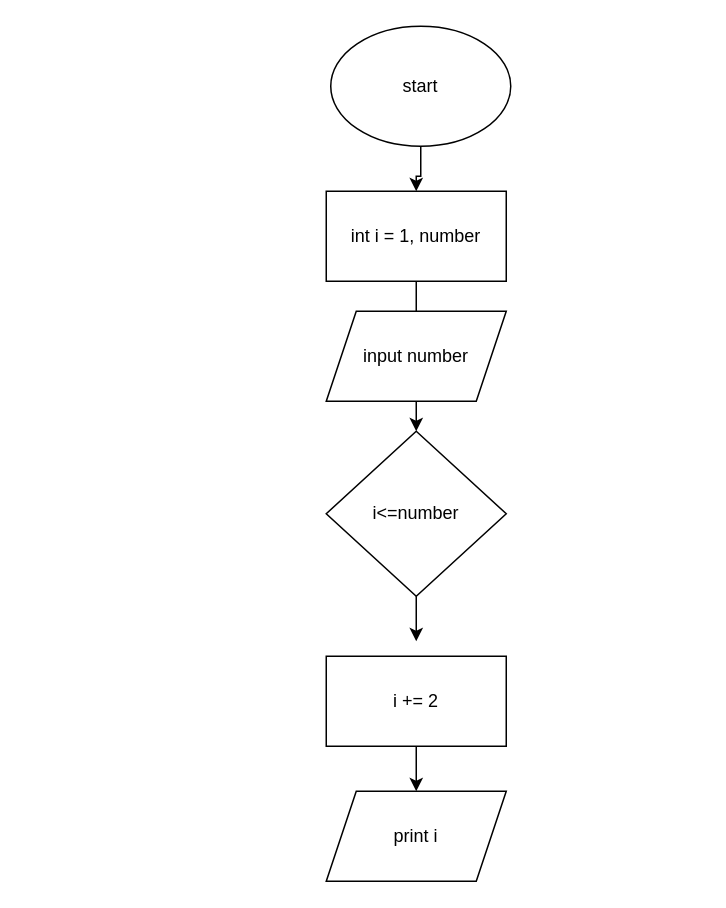
Before: Untitled Diagram.drawio in hafidalim/flowchart_kp, a draw.io diagram. Source tidied: cells renumbered, new cells numbered last; positions are measured from the earlier drawing's top-left corner, leaving out a move shared by most shapes. Both pictures are drawn from the tidied source at 150%, with x=0, y=0 at pixel (326, 26).
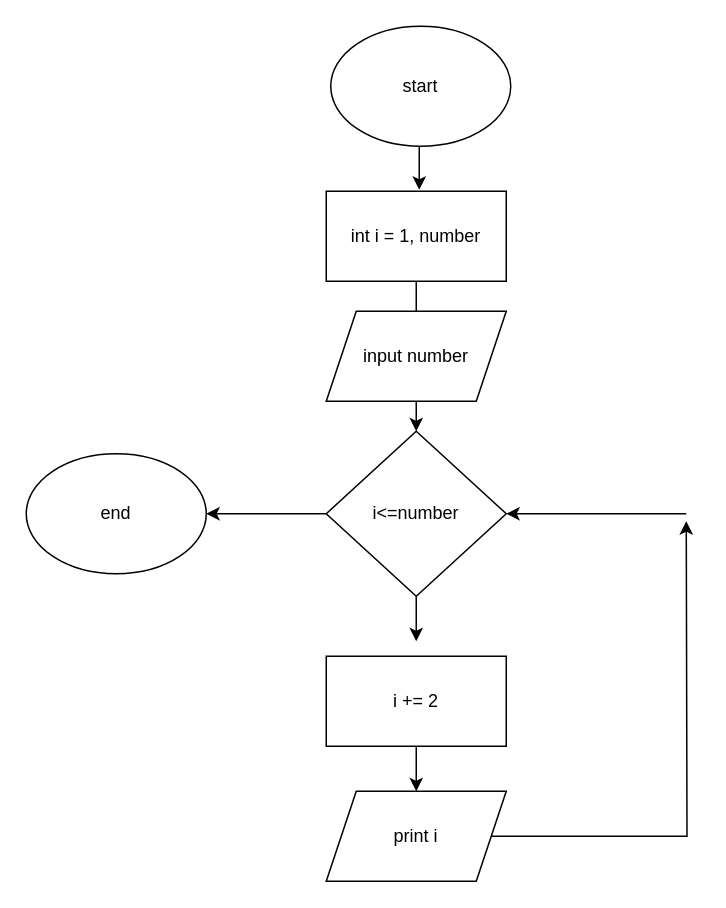
The same page after the edit.

The change refers to these unchanged cells:
```xml
<mxCell id="3" value="start" style="ellipse;whiteSpace=wrap;html=1;" parent="1" vertex="1">
  <mxGeometry x="3" width="120" height="80" as="geometry" />
</mxCell>
<mxCell id="5" value="int i = 1, number" style="rounded=0;whiteSpace=wrap;html=1;" parent="1" vertex="1">
  <mxGeometry y="110" width="120" height="60" as="geometry" />
</mxCell>
<mxCell id="8" value="i&amp;lt;=number" style="rhombus;whiteSpace=wrap;html=1;" parent="1" vertex="1">
  <mxGeometry y="270" width="120" height="110" as="geometry" />
</mxCell>
<mxCell id="11" value="print i" style="shape=parallelogram;perimeter=parallelogramPerimeter;whiteSpace=wrap;html=1;fixedSize=1;rounded=0;" parent="1" vertex="1">
  <mxGeometry y="510" width="120" height="60" as="geometry" />
</mxCell>
```

The edit, as a diff of the source:
```diff
@@
-    <mxCell id="2" style="edgeStyle=orthogonalEdgeStyle;rounded=0;jettySize=auto;html=1;entryX=0.5;entryY=0;entryDx=0;entryDy=0;" parent="1" edge="1" source="3" target="5">
-      <mxGeometry relative="1" as="geometry" />
+    <mxCell id="2" style="edgeStyle=orthogonalEdgeStyle;rounded=0;orthogonalLoop=1;jettySize=auto;html=1;entryX=0.5;entryY=0;entryDx=0;entryDy=0;" parent="1" edge="1">
+      <mxGeometry relative="1" as="geometry">
+        <mxPoint x="65" y="79" as="sourcePoint" />
+        <mxPoint x="62" y="109" as="targetPoint" />
+      </mxGeometry>
     </mxCell>
@@
     <mxCell id="4" style="edgeStyle=orthogonalEdgeStyle;rounded=0;jettySize=auto;html=1;" parent="1" edge="1" source="5" target="8">
-      <mxGeometry relative="1" as="geometry" />
+      <mxGeometry relative="1" as="geometry">
+        <Array as="points">
+          <mxPoint x="60" y="190" />
+          <mxPoint x="60" y="190" />
+        </Array>
+      </mxGeometry>
     </mxCell>
@@
+    <mxCell id="12" style="edgeStyle=orthogonalEdgeStyle;rounded=0;jettySize=auto;html=1;" parent="1" edge="1" source="8" target="15">
+      <mxGeometry relative="1" as="geometry" />
+    </mxCell>
@@
+    <mxCell id="13" style="edgeStyle=orthogonalEdgeStyle;rounded=0;jettySize=auto;html=1;" parent="1" edge="1" source="11">
+      <mxGeometry relative="1" as="geometry">
+        <mxPoint x="240" y="330" as="targetPoint" />
+      </mxGeometry>
+    </mxCell>
@@
+    <mxCell id="14" style="endArrow=classic;html=1;entryX=1;entryY=0.5;entryDx=0;entryDy=0;" parent="1" edge="1" target="8">
+      <mxGeometry relative="1" as="geometry">
+        <mxPoint x="240" y="325" as="sourcePoint" />
+      </mxGeometry>
+    </mxCell>
+    <mxCell id="15" value="end" style="ellipse;whiteSpace=wrap;html=1;" parent="1" vertex="1">
+      <mxGeometry x="-200" y="285" width="120" height="80" as="geometry" />
+    </mxCell>
```
